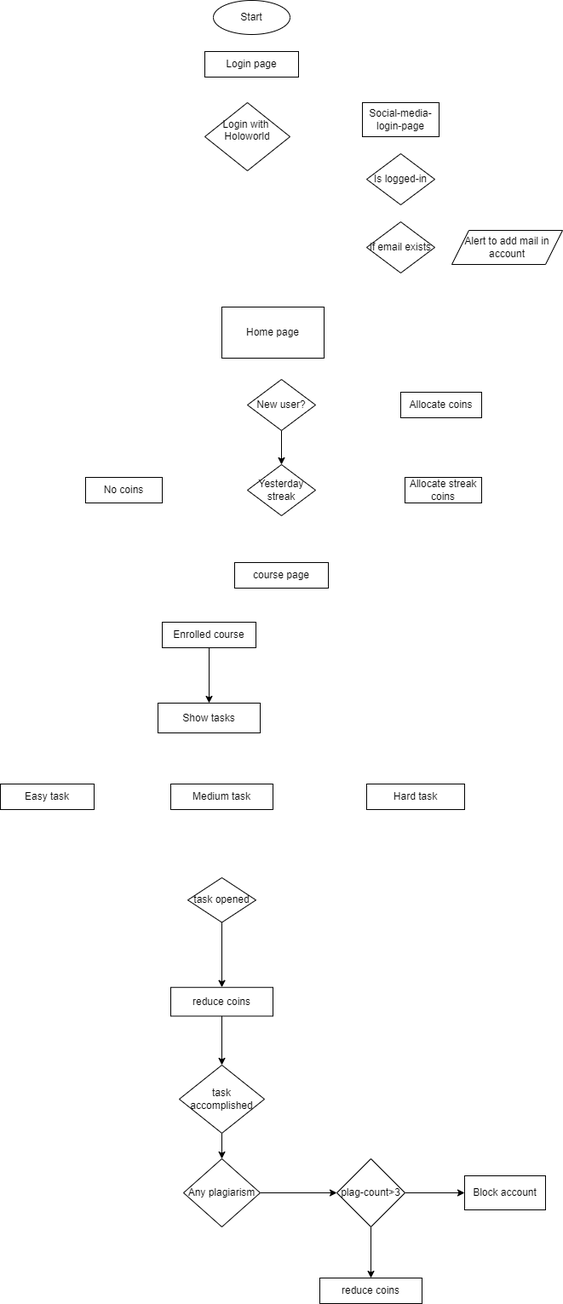
Above: public/Coin-flow-chart.drawio.png in karthiksatish159/googleads (draw.io), before the change. Source tidied: cells renumbered, new cells last; positions are measured from the earlier drawing's top-left corner, leaving out a move shared by most shapes.
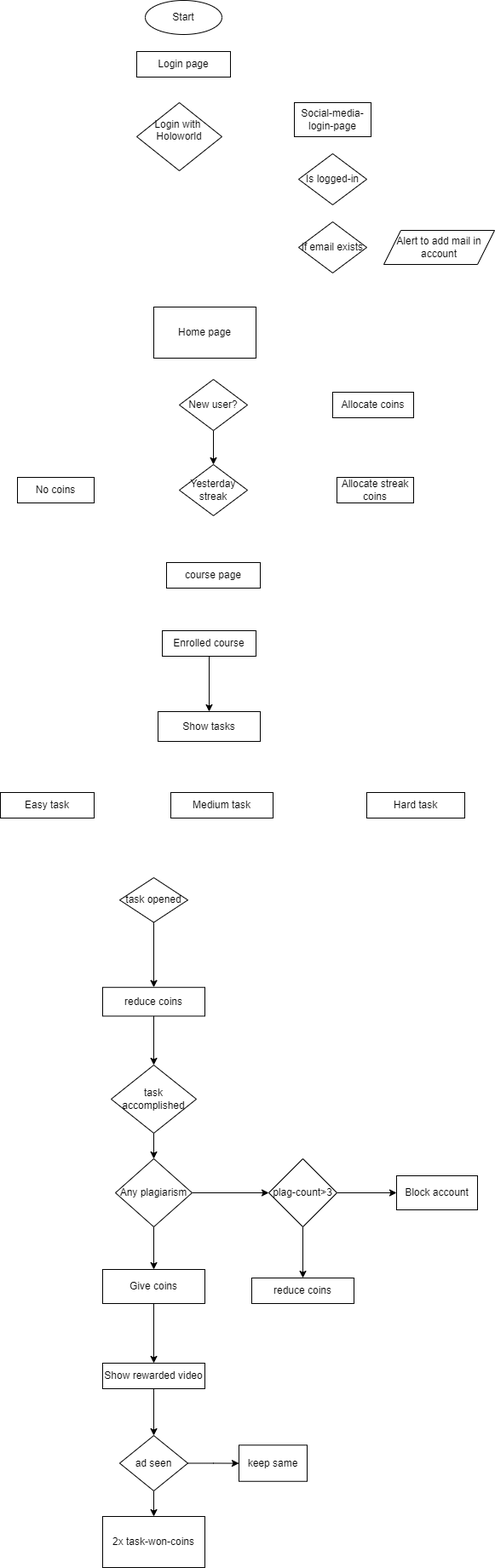
After the commit.

The edit, as a diff of the source:
```diff
@@ -51,10 +51,10 @@
       <mxGeometry relative="1" as="geometry" />
     </mxCell>
     <mxCell id="18" value="Enrolled course" style="rounded=0;whiteSpace=wrap;html=1;" parent="1" vertex="1">
-      <mxGeometry x="190" y="730" width="110" height="30" as="geometry" />
+      <mxGeometry x="270" y="740" width="110" height="30" as="geometry" />
     </mxCell>
     <mxCell id="19" value="Show tasks" style="whiteSpace=wrap;html=1;rounded=0;" parent="1" vertex="1">
-      <mxGeometry x="185" y="825" width="120" height="35" as="geometry" />
+      <mxGeometry x="265" y="835" width="120" height="35" as="geometry" />
     </mxCell>
     <mxCell id="20" style="edgeStyle=orthogonalEdgeStyle;rounded=0;jettySize=auto;html=1;" parent="1" edge="1" source="21" target="23">
       <mxGeometry relative="1" as="geometry" />
@@ -69,13 +69,13 @@
       <mxGeometry x="200" y="1158.8" width="120" height="33.8" as="geometry" />
     </mxCell>
     <mxCell id="24" value="Easy task" style="rounded=0;whiteSpace=wrap;html=1;" parent="1" vertex="1">
-      <mxGeometry y="920" width="110" height="30" as="geometry" />
+      <mxGeometry x="80" y="930" width="110" height="30" as="geometry" />
     </mxCell>
     <mxCell id="25" value="Medium task" style="rounded=0;whiteSpace=wrap;html=1;" parent="1" vertex="1">
-      <mxGeometry x="200" y="920" width="120" height="30" as="geometry" />
+      <mxGeometry x="280" y="930" width="120" height="30" as="geometry" />
     </mxCell>
     <mxCell id="26" value="Hard task" style="rounded=0;whiteSpace=wrap;html=1;" parent="1" vertex="1">
-      <mxGeometry x="430" y="920" width="115" height="30" as="geometry" />
+      <mxGeometry x="510" y="930" width="115" height="30" as="geometry" />
     </mxCell>
     <mxCell id="27" style="edgeStyle=orthogonalEdgeStyle;rounded=0;jettySize=auto;html=1;" parent="1" edge="1" source="28" target="30">
       <mxGeometry relative="1" as="geometry" />
@@ -86,6 +86,9 @@
     <mxCell id="29" style="edgeStyle=orthogonalEdgeStyle;rounded=0;jettySize=auto;html=1;" parent="1" edge="1" source="30" target="33">
       <mxGeometry relative="1" as="geometry" />
     </mxCell>
+    <mxCell id="36" style="edgeStyle=orthogonalEdgeStyle;rounded=0;jettySize=auto;html=1;" parent="1" edge="1" source="30" target="38">
+      <mxGeometry relative="1" as="geometry" />
+    </mxCell>
     <mxCell id="30" value="Any plagiarism" style="rhombus;whiteSpace=wrap;html=1;rounded=0;" parent="1" vertex="1">
       <mxGeometry x="215" y="1360" width="90" height="80" as="geometry" />
     </mxCell>
@@ -104,5 +107,32 @@
     <mxCell id="35" value="reduce coins" style="whiteSpace=wrap;html=1;rounded=0;" parent="1" vertex="1">
       <mxGeometry x="375" y="1500" width="120" height="30" as="geometry" />
     </mxCell>
+    <mxCell id="37" style="edgeStyle=orthogonalEdgeStyle;rounded=0;jettySize=auto;html=1;" parent="1" edge="1" source="38" target="40">
+      <mxGeometry relative="1" as="geometry" />
+    </mxCell>
+    <mxCell id="38" value="Give coins" style="whiteSpace=wrap;html=1;rounded=0;" parent="1" vertex="1">
+      <mxGeometry x="200" y="1490" width="120" height="40" as="geometry" />
+    </mxCell>
+    <mxCell id="39" style="edgeStyle=orthogonalEdgeStyle;rounded=0;jettySize=auto;html=1;" parent="1" edge="1" source="40" target="43">
+      <mxGeometry relative="1" as="geometry" />
+    </mxCell>
+    <mxCell id="40" value="Show rewarded video&lt;br&gt;" style="whiteSpace=wrap;html=1;rounded=0;" parent="1" vertex="1">
+      <mxGeometry x="200" y="1600" width="120" height="30" as="geometry" />
+    </mxCell>
+    <mxCell id="41" style="edgeStyle=orthogonalEdgeStyle;rounded=0;jettySize=auto;html=1;" parent="1" edge="1" source="43" target="44">
+      <mxGeometry relative="1" as="geometry" />
+    </mxCell>
+    <mxCell id="42" style="edgeStyle=orthogonalEdgeStyle;rounded=0;jettySize=auto;html=1;" parent="1" edge="1" source="43" target="45">
+      <mxGeometry relative="1" as="geometry" />
+    </mxCell>
+    <mxCell id="43" value="ad seen" style="rhombus;whiteSpace=wrap;html=1;rounded=0;" parent="1" vertex="1">
+      <mxGeometry x="220" y="1685" width="80" height="65" as="geometry" />
+    </mxCell>
+    <mxCell id="44" value="2x task-won-coins" style="whiteSpace=wrap;html=1;rounded=0;" parent="1" vertex="1">
+      <mxGeometry x="200" y="1780" width="120" height="60" as="geometry" />
+    </mxCell>
+    <mxCell id="45" value="keep same" style="whiteSpace=wrap;html=1;rounded=0;" parent="1" vertex="1">
+      <mxGeometry x="360" y="1696.2" width="80" height="42.5" as="geometry" />
+    </mxCell>
   </root>
 </mxGraphModel>
```
